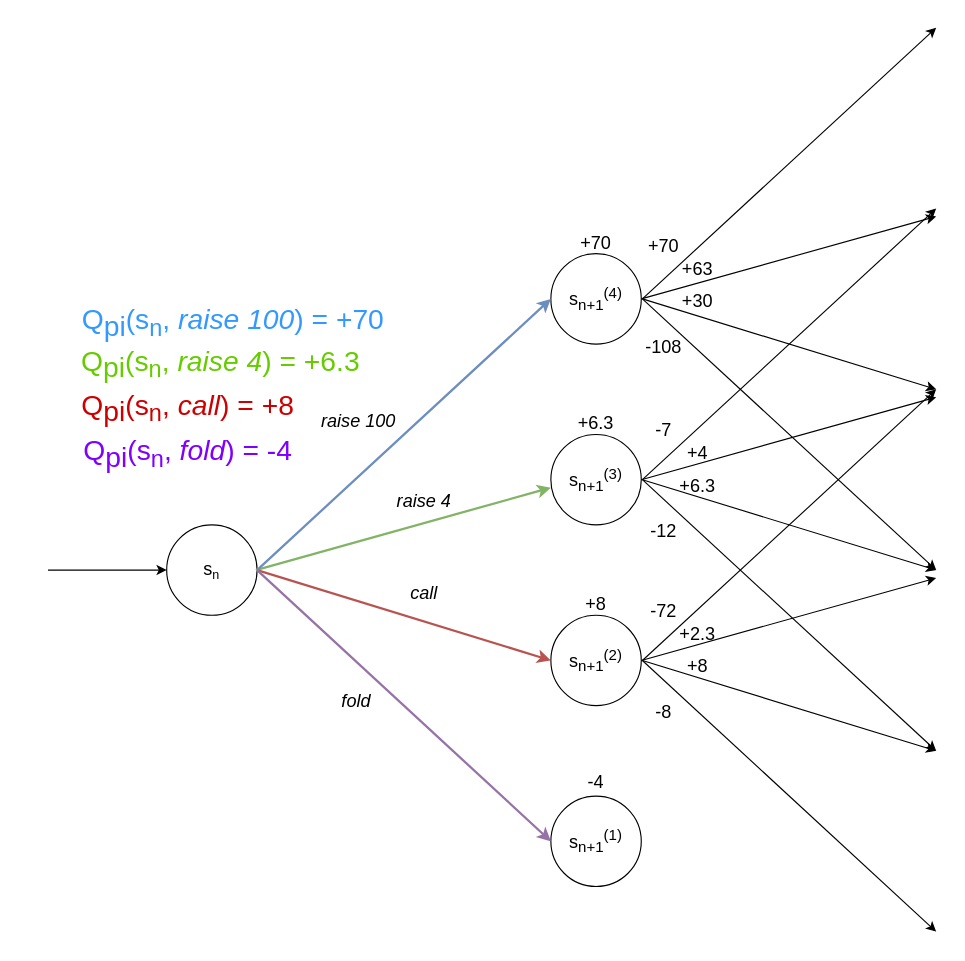
The draw.io diagram defense/poker_state_5.drawio in Orpheon/All-in, before the edit. Source tidied: cells renumbered, new cells numbered last; positions are measured from the earlier drawing's top-left corner, leaving out a move shared by most shapes. Both pictures are drawn from the tidied source at 113%, with x=0, y=0 at pixel (19, 27).
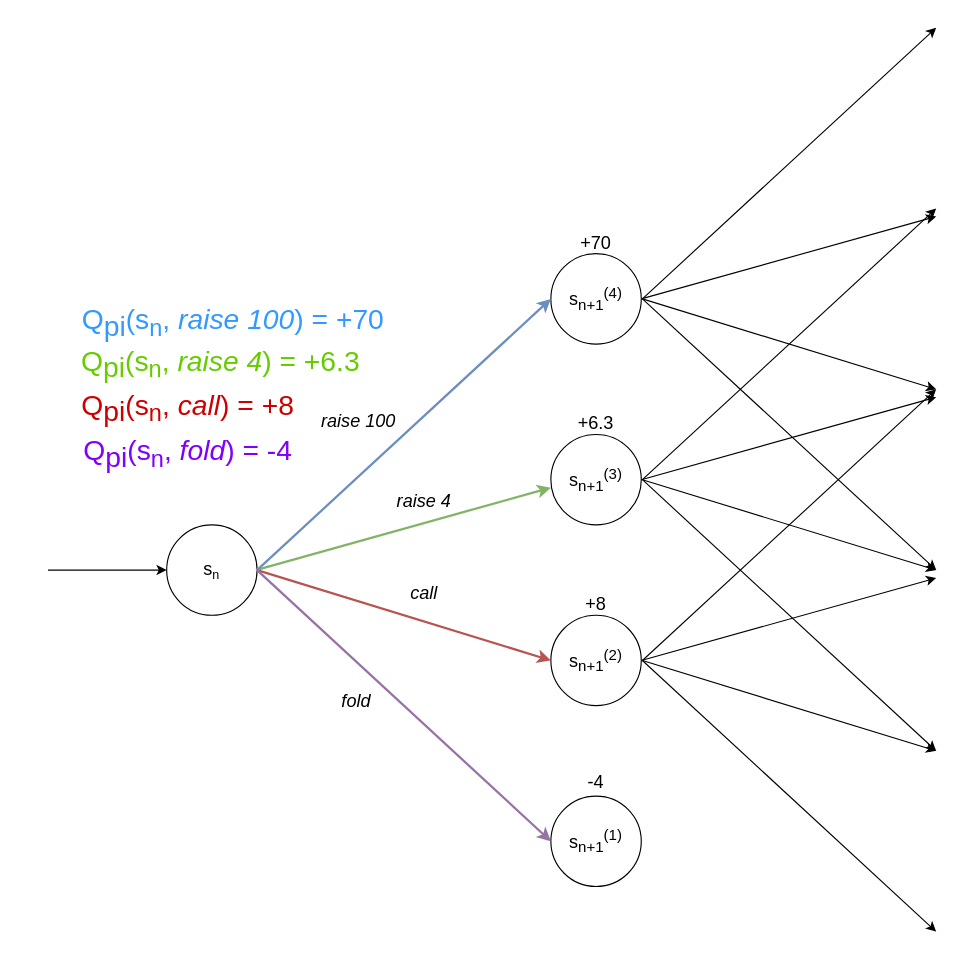
The same diagram, later.

The edit, as a diff of the source:
```diff
@@
-    <mxCell id="33" value="+70" style="text;html=1;strokeColor=none;fillColor=none;align=center;verticalAlign=middle;whiteSpace=wrap;rounded=0;fontSize=16;" parent="1" vertex="1">
-      <mxGeometry x="550" y="183" width="40" height="20" as="geometry" />
-    </mxCell>
-    <mxCell id="34" value="+63" style="text;html=1;strokeColor=none;fillColor=none;align=center;verticalAlign=middle;whiteSpace=wrap;rounded=0;fontSize=16;" parent="1" vertex="1">
-      <mxGeometry x="580" y="203" width="40" height="20" as="geometry" />
-    </mxCell>
-    <mxCell id="35" value="+30" style="text;html=1;align=center;verticalAlign=middle;whiteSpace=wrap;rounded=0;fontSize=16;" parent="1" vertex="1">
-      <mxGeometry x="580" y="232" width="40" height="20" as="geometry" />
-    </mxCell>
-    <mxCell id="36" value="-108" style="text;html=1;strokeColor=none;fillColor=none;align=center;verticalAlign=middle;whiteSpace=wrap;rounded=0;fontSize=16;" parent="1" vertex="1">
-      <mxGeometry x="550" y="272" width="40" height="20" as="geometry" />
-    </mxCell>
-    <mxCell id="37" value="-7" style="text;html=1;strokeColor=none;fillColor=none;align=center;verticalAlign=middle;whiteSpace=wrap;rounded=0;fontSize=16;" parent="1" vertex="1">
-      <mxGeometry x="550" y="345.5" width="40" height="20" as="geometry" />
-    </mxCell>
-    <mxCell id="38" value="+4" style="text;html=1;strokeColor=none;fillColor=none;align=center;verticalAlign=middle;whiteSpace=wrap;rounded=0;fontSize=16;" parent="1" vertex="1">
-      <mxGeometry x="580" y="365.5" width="40" height="20" as="geometry" />
-    </mxCell>
-    <mxCell id="39" value="+6.3" style="text;html=1;strokeColor=none;fillColor=none;align=center;verticalAlign=middle;whiteSpace=wrap;rounded=0;fontSize=16;" parent="1" vertex="1">
-      <mxGeometry x="580" y="394.5" width="40" height="20" as="geometry" />
-    </mxCell>
-    <mxCell id="40" value="-12" style="text;html=1;strokeColor=none;fillColor=none;align=center;verticalAlign=middle;whiteSpace=wrap;rounded=0;fontSize=16;" parent="1" vertex="1">
-      <mxGeometry x="550" y="434.5" width="40" height="20" as="geometry" />
-    </mxCell>
-    <mxCell id="41" value="-72" style="text;html=1;strokeColor=none;fillColor=none;align=center;verticalAlign=middle;whiteSpace=wrap;rounded=0;fontSize=16;" parent="1" vertex="1">
-      <mxGeometry x="550" y="505.5" width="40" height="20" as="geometry" />
-    </mxCell>
-    <mxCell id="42" value="+2.3" style="text;html=1;strokeColor=none;fillColor=none;align=center;verticalAlign=middle;whiteSpace=wrap;rounded=0;fontSize=16;" parent="1" vertex="1">
-      <mxGeometry x="580" y="525.5" width="40" height="20" as="geometry" />
-    </mxCell>
-    <mxCell id="43" value="+8" style="text;html=1;strokeColor=none;fillColor=none;align=center;verticalAlign=middle;whiteSpace=wrap;rounded=0;fontSize=16;" parent="1" vertex="1">
-      <mxGeometry x="580" y="554.5" width="40" height="20" as="geometry" />
-    </mxCell>
-    <mxCell id="44" value="-8" style="text;html=1;strokeColor=none;fillColor=none;align=center;verticalAlign=middle;whiteSpace=wrap;rounded=0;fontSize=16;" parent="1" vertex="1">
-      <mxGeometry x="550" y="594.5" width="40" height="20" as="geometry" />
-    </mxCell>
```
